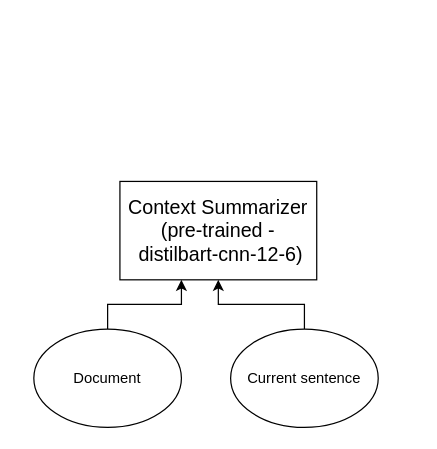
Before: ctx summary.drawio in babangain/drawio, a draw.io diagram. Source tidied: cells renumbered, new cells numbered last; positions are measured from the earlier drawing's top-left corner, leaving out a move shared by most shapes. Both pictures are drawn from the tidied source at 123%, with x=0, y=0 at pixel (33, 181).
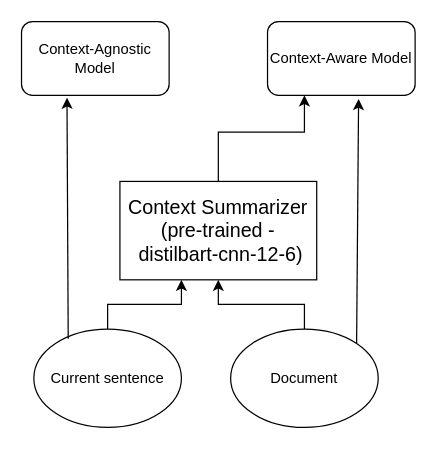
Above is the later version.

The edit, as a diff of the source:
```diff
@@
 <mxGraphModel>
   <root>
     <mxCell id="0" />
     <mxCell id="1" parent="0" />
     <mxCell id="2" value="&lt;font style=&quot;font-size: 16px;&quot;&gt;Context Summarizer&lt;br&gt;(pre-trained -&amp;nbsp;distilbart-cnn-12-6)&lt;br&gt;&lt;/font&gt;" style="rounded=0;whiteSpace=wrap;html=1;" parent="1" vertex="1">
       <mxGeometry x="70" width="160" height="80" as="geometry" />
     </mxCell>
     <mxCell id="3" style="edgeStyle=orthogonalEdgeStyle;rounded=0;jettySize=auto;html=1;" parent="1" edge="1" source="4" target="2">
       <mxGeometry relative="1" as="geometry">
         <Array as="points">
           <mxPoint x="60" y="100" />
           <mxPoint x="120" y="100" />
         </Array>
       </mxGeometry>
     </mxCell>
-    <mxCell id="4" value="Document" style="ellipse;whiteSpace=wrap;html=1;" parent="1" vertex="1">
+    <mxCell id="4" value="Current sentence" style="ellipse;whiteSpace=wrap;html=1;" parent="1" vertex="1">
       <mxGeometry y="120" width="120" height="80" as="geometry" />
     </mxCell>
     <mxCell id="5" style="edgeStyle=orthogonalEdgeStyle;rounded=0;jettySize=auto;html=1;" parent="1" edge="1" source="6" target="2">
       <mxGeometry relative="1" as="geometry" />
     </mxCell>
-    <mxCell id="6" value="Current sentence" style="ellipse;whiteSpace=wrap;html=1;" parent="1" vertex="1">
+    <mxCell id="6" value="Document" style="ellipse;whiteSpace=wrap;html=1;" parent="1" vertex="1">
       <mxGeometry x="160" y="120" width="120" height="80" as="geometry" />
     </mxCell>
+    <mxCell id="7" value="Context-Aware Model" style="rounded=1;whiteSpace=wrap;html=1;" parent="1" vertex="1">
+      <mxGeometry x="190" y="-130" width="120" height="60" as="geometry" />
+    </mxCell>
+    <mxCell id="8" style="endArrow=classic;html=1;rounded=0;exitX=1;exitY=0;exitDx=0;exitDy=0;entryX=0.617;entryY=1.05;entryDx=0;entryDy=0;entryPerimeter=0;" parent="1" edge="1" source="6" target="7">
+      <mxGeometry relative="1" as="geometry" />
+    </mxCell>
+    <mxCell id="9" style="endArrow=classic;html=1;rounded=0;exitX=0.5;exitY=0;exitDx=0;exitDy=0;entryX=0.25;entryY=1;entryDx=0;entryDy=0;" parent="1" edge="1" source="2" target="7">
+      <mxGeometry relative="1" as="geometry">
+        <Array as="points">
+          <mxPoint x="150" y="-40" />
+          <mxPoint x="220" y="-40" />
+        </Array>
+      </mxGeometry>
+    </mxCell>
+    <mxCell id="10" value="Context-Agnostic Model" style="rounded=1;whiteSpace=wrap;html=1;" parent="1" vertex="1">
+      <mxGeometry x="-10" y="-130" width="120" height="60" as="geometry" />
+    </mxCell>
+    <mxCell id="11" style="endArrow=classic;html=1;rounded=0;exitX=0.233;exitY=0.1;exitDx=0;exitDy=0;exitPerimeter=0;entryX=0.308;entryY=1.033;entryDx=0;entryDy=0;entryPerimeter=0;" parent="1" edge="1" source="4" target="10">
+      <mxGeometry relative="1" as="geometry" />
+    </mxCell>
   </root>
 </mxGraphModel>
```
